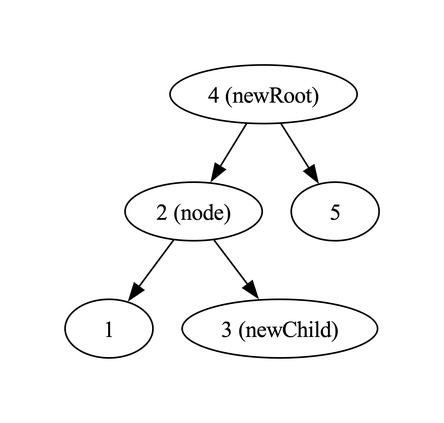
nasa/fprime keeps this Graphviz diagram as Fw/DataStructures/docs/diagrams/rotateSubtree/final.png. Above is the earlier version. Its source is kept beside it as Fw/DataStructures/docs/diagrams/rotateSubtree/final.dot.
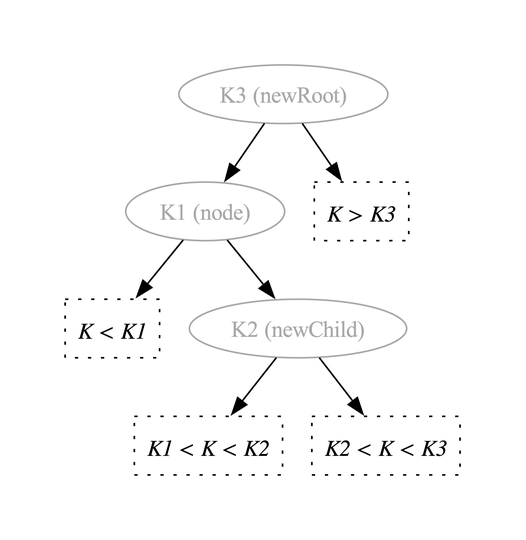
The same file after the commit.

Commit message:
Revise RedBlackTree impl docs

What changed in the source:
```diff
@@ -1,12 +1,19 @@
 digraph {
 
-  2 -> 1
-  2 -> 3
-  4 -> 2
-  4 -> 5
+  K1 -> LTK1
+  K1 -> K2
+  K3 -> K1
+  K3 -> GTK3
+  K2 -> LTK2GTK1
+  K2 -> GTK2LTK3
 
-  2 [label="2 (node)"]
-  4 [label="4 (newRoot)"]
-  3 [label="3 (newChild)"]
+  K1 [label="K1 (node)",color="darkgray",fontcolor="darkgray"]
+  K2 [label="K2 (newChild)",color="darkgray",fontcolor="darkgray"]
+  K3 [label="K3 (newRoot)",color="darkgray",fontcolor="darkgray"]
+
+  LTK1 [shape="box",label="K < K1",style="dotted",fontname="Italic"]
+  GTK3 [shape="box",label="K > K3",style="dotted",fontname="Italic"]
+  LTK2GTK1 [shape="box",label="K1 < K < K2",style="dotted",fontname="Italic"]
+  GTK2LTK3 [shape="box",label="K2 < K < K3",style="dotted",fontname="Italic"]
 
 }
```
